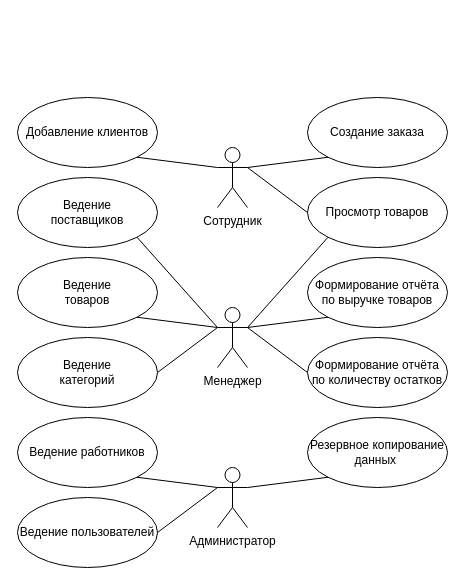
surge111/Diplom keeps this draw.io diagram as page "варианты использования" (3 of 3) of meta/diags.drawio. Above is the earlier version. Source tidied: cells renumbered, new cells numbered last; positions are measured from the earlier drawing's top-left corner, leaving out a move shared by most shapes. Both pictures are drawn from the tidied source at 100%, with x=0, y=0 at pixel (17, 97).
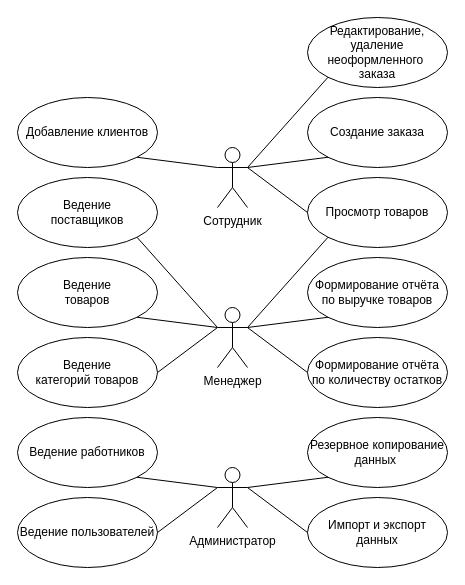
The same diagram, later.

Unchanged cells that the change refers to:
```xml
<mxCell id="2" value="Сотрудник" style="shape=umlActor;verticalLabelPosition=bottom;verticalAlign=top;html=1;outlineConnect=0;" parent="1" vertex="1">
  <mxGeometry x="200" y="50" width="30" height="60" as="geometry" />
</mxCell>
<mxCell id="6" value="Администратор" style="shape=umlActor;verticalLabelPosition=bottom;verticalAlign=top;html=1;outlineConnect=0;" parent="1" vertex="1">
  <mxGeometry x="200" y="370" width="30" height="60" as="geometry" />
</mxCell>
```

What changed in the source:
```diff
@@
-    <mxCell id="14" value="Ведение&lt;div&gt;категорий&lt;/div&gt;" style="ellipse;whiteSpace=wrap;html=1;" parent="1" vertex="1">
+    <mxCell id="14" value="Ведение&lt;div&gt;категорий товаров&lt;/div&gt;" style="ellipse;whiteSpace=wrap;html=1;" parent="1" vertex="1">
       <mxGeometry y="240" width="140" height="70" as="geometry" />
     </mxCell>
@@
+    <mxCell id="28" value="Импорт и экспорт данных" style="ellipse;whiteSpace=wrap;html=1;" parent="1" vertex="1">
+      <mxGeometry x="290" y="400" width="140" height="70" as="geometry" />
+    </mxCell>
+    <mxCell id="29" style="edgeStyle=none;html=1;endArrow=none;verticalAlign=bottom;rounded=0;entryX=1;entryY=0.3333333333333333;entryDx=0;entryDy=0;entryPerimeter=0;exitX=0;exitY=0.5;exitDx=0;exitDy=0;" parent="1" edge="1" source="28" target="6">
+      <mxGeometry relative="1" as="geometry" />
+    </mxCell>
+    <mxCell id="30" value="Редактирование, удаление неоформленного&amp;nbsp;&lt;div&gt;заказа&lt;/div&gt;" style="ellipse;whiteSpace=wrap;html=1;" parent="1" vertex="1">
+      <mxGeometry x="290" y="-80" width="140" height="70" as="geometry" />
+    </mxCell>
+    <mxCell id="31" style="edgeStyle=none;html=1;endArrow=none;verticalAlign=bottom;rounded=0;entryX=0;entryY=1;entryDx=0;entryDy=0;exitX=1;exitY=0.3333333333333333;exitDx=0;exitDy=0;exitPerimeter=0;" parent="1" edge="1" source="2" target="30">
+      <mxGeometry relative="1" as="geometry" />
+    </mxCell>
```
